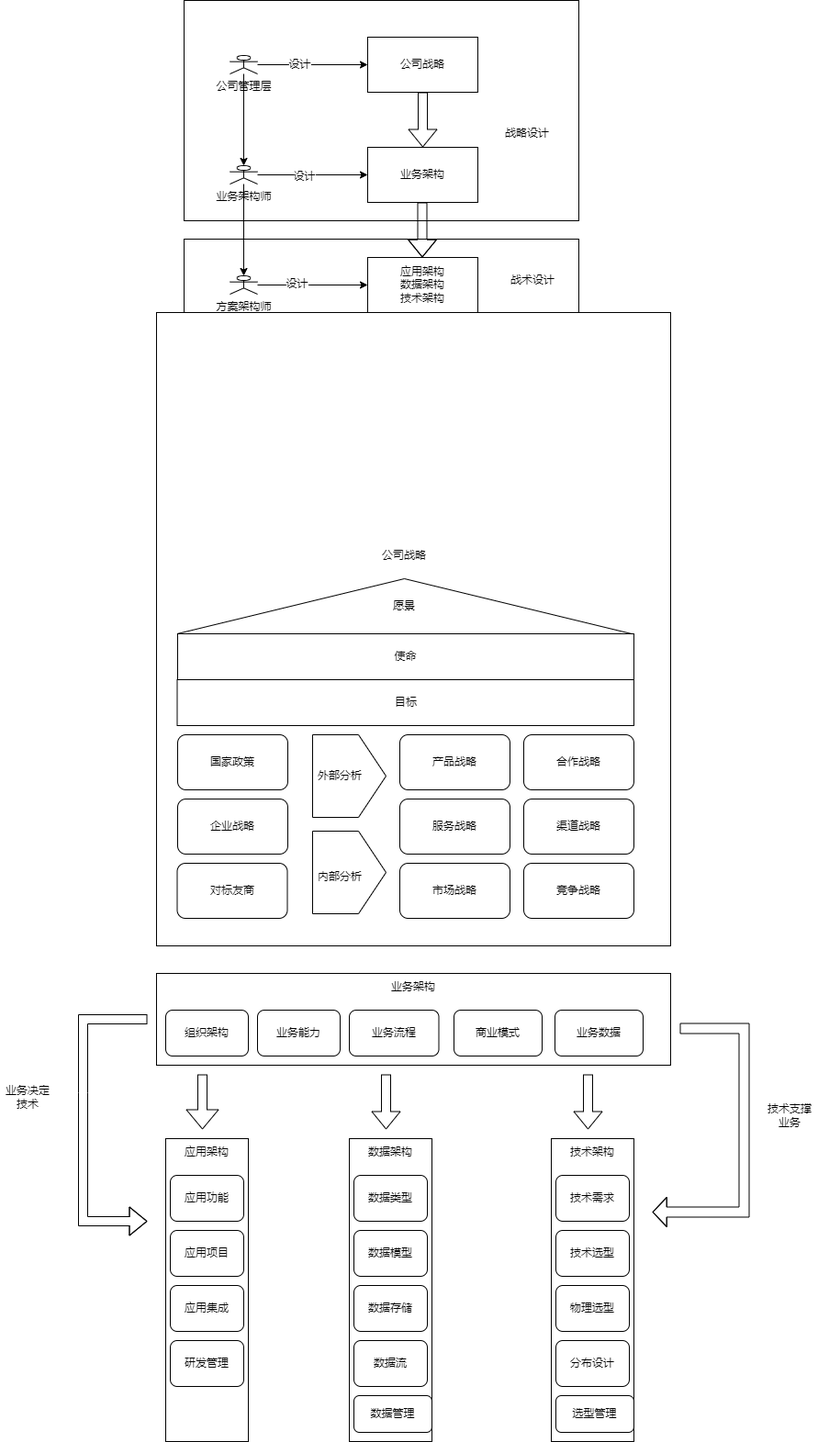
Above: doc/business_architect.png in suibianlx/business_architect (draw.io), before the change. Source tidied: cells renumbered, new cells last; positions are measured from the earlier drawing's top-left corner, leaving out a move shared by most shapes.
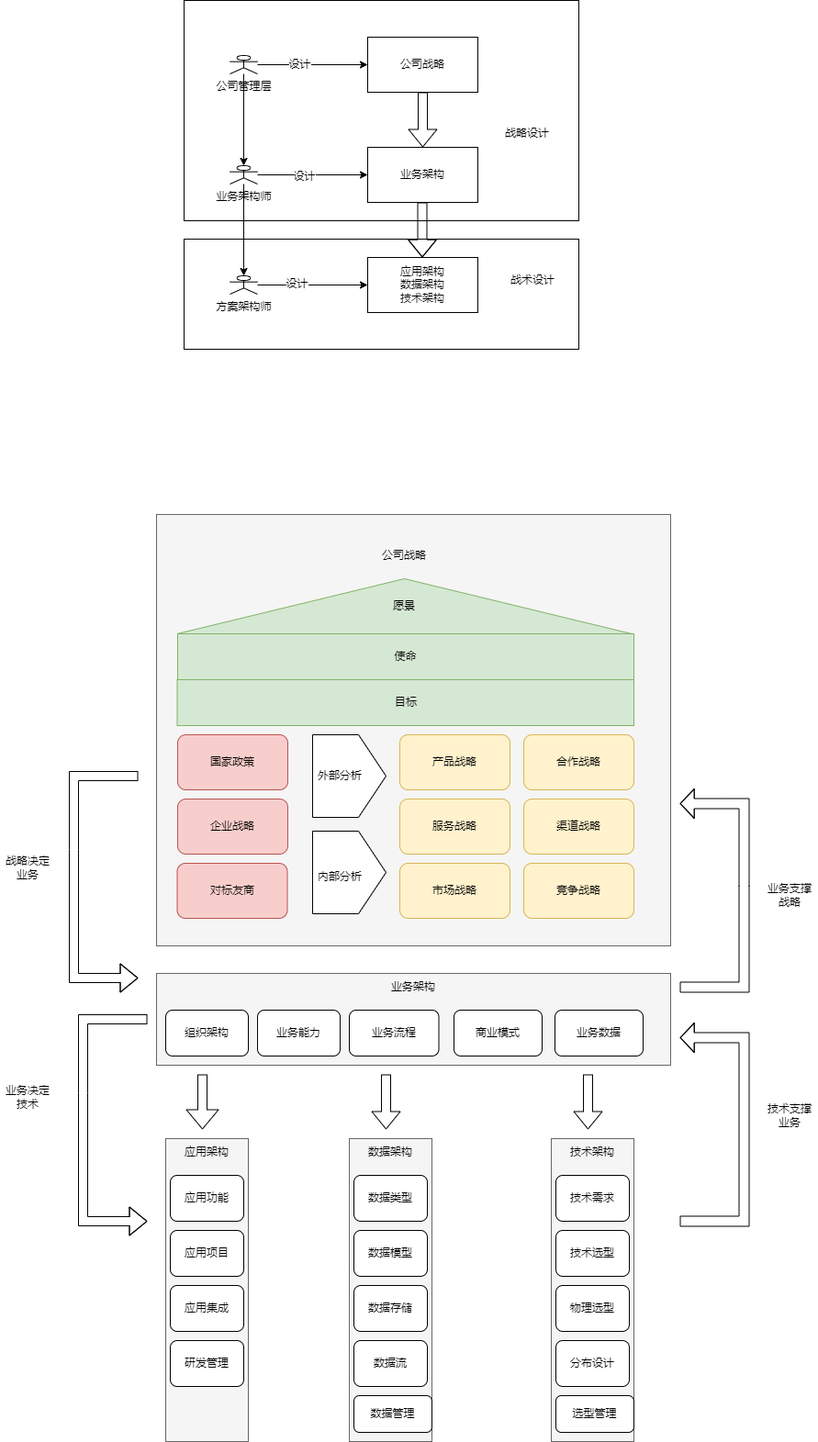
The same file after the commit.

Change to the diagram source:
```diff
@@ -68,10 +68,10 @@
     <mxCell id="21" value="战术设计" style="text;html=1;strokeColor=none;fillColor=none;align=center;verticalAlign=middle;whiteSpace=wrap;rounded=0;" parent="1" vertex="1">
       <mxGeometry x="550" y="290" width="60" height="30" as="geometry" />
     </mxCell>
-    <mxCell id="22" style="rounded=0;whiteSpace=wrap;html=1;" parent="1" vertex="1">
-      <mxGeometry x="170" y="340" width="560" height="690" as="geometry" />
+    <mxCell id="22" style="rounded=0;whiteSpace=wrap;html=1;fillColor=#f5f5f5;fontColor=#333333;strokeColor=#666666;" parent="1" vertex="1">
+      <mxGeometry x="170" y="560" width="560" height="470" as="geometry" />
     </mxCell>
-    <mxCell id="23" style="triangle;whiteSpace=wrap;html=1;direction=south;rotation=-180;" parent="1" vertex="1">
+    <mxCell id="23" style="triangle;whiteSpace=wrap;html=1;direction=south;rotation=-180;fillColor=#d5e8d4;strokeColor=#82b366;" parent="1" vertex="1">
       <mxGeometry x="192.5" y="630" width="495" height="60" as="geometry" />
     </mxCell>
     <mxCell id="24" value="公司战略" style="text;html=1;strokeColor=none;fillColor=none;align=center;verticalAlign=middle;whiteSpace=wrap;rounded=0;" parent="1" vertex="1">
@@ -80,19 +80,19 @@
     <mxCell id="25" value="愿景" style="text;html=1;strokeColor=none;fillColor=none;align=center;verticalAlign=middle;whiteSpace=wrap;rounded=0;" parent="1" vertex="1">
       <mxGeometry x="410" y="645" width="60" height="30" as="geometry" />
     </mxCell>
-    <mxCell id="26" value="使命" style="rounded=0;whiteSpace=wrap;html=1;" parent="1" vertex="1">
+    <mxCell id="26" value="使命" style="rounded=0;whiteSpace=wrap;html=1;fillColor=#d5e8d4;strokeColor=#82b366;" parent="1" vertex="1">
       <mxGeometry x="193" y="690" width="497" height="50" as="geometry" />
     </mxCell>
-    <mxCell id="27" value="目标" style="rounded=0;whiteSpace=wrap;html=1;" parent="1" vertex="1">
+    <mxCell id="27" value="目标" style="rounded=0;whiteSpace=wrap;html=1;fillColor=#d5e8d4;strokeColor=#82b366;" parent="1" vertex="1">
       <mxGeometry x="192.5" y="740" width="497.5" height="50" as="geometry" />
     </mxCell>
-    <mxCell id="28" value="国家政策" style="rounded=1;whiteSpace=wrap;html=1;" parent="1" vertex="1">
+    <mxCell id="28" value="国家政策" style="rounded=1;whiteSpace=wrap;html=1;fillColor=#f8cecc;strokeColor=#b85450;" parent="1" vertex="1">
       <mxGeometry x="193" y="800" width="120" height="60" as="geometry" />
     </mxCell>
-    <mxCell id="29" value="企业战略" style="rounded=1;whiteSpace=wrap;html=1;" parent="1" vertex="1">
+    <mxCell id="29" value="企业战略" style="rounded=1;whiteSpace=wrap;html=1;fillColor=#f8cecc;strokeColor=#b85450;" parent="1" vertex="1">
       <mxGeometry x="193" y="870" width="120" height="60" as="geometry" />
     </mxCell>
-    <mxCell id="30" value="对标友商" style="rounded=1;whiteSpace=wrap;html=1;" parent="1" vertex="1">
+    <mxCell id="30" value="对标友商" style="rounded=1;whiteSpace=wrap;html=1;fillColor=#f8cecc;strokeColor=#b85450;" parent="1" vertex="1">
       <mxGeometry x="192.5" y="940" width="120" height="60" as="geometry" />
     </mxCell>
     <mxCell id="31" style="shape=offPageConnector;whiteSpace=wrap;html=1;rotation=-90;" parent="1" vertex="1">
@@ -107,25 +107,25 @@
     <mxCell id="34" value="内部分析" style="text;html=1;strokeColor=none;fillColor=none;align=center;verticalAlign=middle;whiteSpace=wrap;rounded=0;" parent="1" vertex="1">
       <mxGeometry x="340" y="940" width="60" height="30" as="geometry" />
     </mxCell>
-    <mxCell id="35" value="产品战略" style="rounded=1;whiteSpace=wrap;html=1;" parent="1" vertex="1">
+    <mxCell id="35" value="产品战略" style="rounded=1;whiteSpace=wrap;html=1;fillColor=#fff2cc;strokeColor=#d6b656;" parent="1" vertex="1">
       <mxGeometry x="435" y="800" width="120" height="60" as="geometry" />
     </mxCell>
-    <mxCell id="36" value="服务战略" style="rounded=1;whiteSpace=wrap;html=1;" parent="1" vertex="1">
+    <mxCell id="36" value="服务战略" style="rounded=1;whiteSpace=wrap;html=1;fillColor=#fff2cc;strokeColor=#d6b656;" parent="1" vertex="1">
       <mxGeometry x="435" y="870" width="120" height="60" as="geometry" />
     </mxCell>
-    <mxCell id="37" value="市场战略" style="rounded=1;whiteSpace=wrap;html=1;" parent="1" vertex="1">
+    <mxCell id="37" value="市场战略" style="rounded=1;whiteSpace=wrap;html=1;fillColor=#fff2cc;strokeColor=#d6b656;" parent="1" vertex="1">
       <mxGeometry x="435" y="940" width="120" height="60" as="geometry" />
     </mxCell>
-    <mxCell id="38" value="合作战略" style="rounded=1;whiteSpace=wrap;html=1;" parent="1" vertex="1">
+    <mxCell id="38" value="合作战略" style="rounded=1;whiteSpace=wrap;html=1;fillColor=#fff2cc;strokeColor=#d6b656;" parent="1" vertex="1">
       <mxGeometry x="570" y="800" width="120" height="60" as="geometry" />
     </mxCell>
-    <mxCell id="39" value="渠道战略" style="rounded=1;whiteSpace=wrap;html=1;" parent="1" vertex="1">
+    <mxCell id="39" value="渠道战略" style="rounded=1;whiteSpace=wrap;html=1;fillColor=#fff2cc;strokeColor=#d6b656;" parent="1" vertex="1">
       <mxGeometry x="570" y="870" width="120" height="60" as="geometry" />
     </mxCell>
-    <mxCell id="40" value="竞争战略" style="rounded=1;whiteSpace=wrap;html=1;" parent="1" vertex="1">
+    <mxCell id="40" value="竞争战略" style="rounded=1;whiteSpace=wrap;html=1;fillColor=#fff2cc;strokeColor=#d6b656;" parent="1" vertex="1">
       <mxGeometry x="570" y="940" width="120" height="60" as="geometry" />
     </mxCell>
-    <mxCell id="41" style="rounded=0;whiteSpace=wrap;html=1;" parent="1" vertex="1">
+    <mxCell id="41" style="rounded=0;whiteSpace=wrap;html=1;fillColor=#f5f5f5;fontColor=#333333;strokeColor=#666666;" parent="1" vertex="1">
       <mxGeometry x="170" y="1060" width="560" height="100" as="geometry" />
     </mxCell>
     <mxCell id="42" value="组织架构" style="rounded=1;whiteSpace=wrap;html=1;" parent="1" vertex="1">
@@ -149,7 +149,7 @@
     <mxCell id="48" style="group;" parent="1" vertex="1">
       <mxGeometry x="180" y="1240" width="90" height="330" as="geometry" />
     </mxCell>
-    <mxCell id="49" style="rounded=0;whiteSpace=wrap;html=1;" parent="48" vertex="1">
+    <mxCell id="49" style="rounded=0;whiteSpace=wrap;html=1;fillColor=#f5f5f5;fontColor=#333333;strokeColor=#666666;" parent="48" vertex="1">
       <mxGeometry width="90" height="330" as="geometry" />
     </mxCell>
     <mxCell id="50" value="应用功能" style="rounded=1;whiteSpace=wrap;html=1;" parent="48" vertex="1">
@@ -170,7 +170,7 @@
     <mxCell id="55" style="group;" parent="1" vertex="1">
       <mxGeometry x="380" y="1240" width="125" height="330" as="geometry" />
     </mxCell>
-    <mxCell id="56" style="rounded=0;whiteSpace=wrap;html=1;" parent="55" vertex="1">
+    <mxCell id="56" style="rounded=0;whiteSpace=wrap;html=1;fillColor=#f5f5f5;fontColor=#333333;strokeColor=#666666;" parent="55" vertex="1">
       <mxGeometry width="90" height="330" as="geometry" />
     </mxCell>
     <mxCell id="57" value="数据类型" style="rounded=1;whiteSpace=wrap;html=1;" parent="55" vertex="1">
@@ -206,7 +206,7 @@
     <mxCell id="65" style="group;" parent="1" vertex="1">
       <mxGeometry x="600" y="1240" width="125" height="330" as="geometry" />
     </mxCell>
-    <mxCell id="66" style="rounded=0;whiteSpace=wrap;html=1;" parent="65" vertex="1">
+    <mxCell id="66" style="rounded=0;whiteSpace=wrap;html=1;fillColor=#f5f5f5;fontColor=#333333;strokeColor=#666666;" parent="65" vertex="1">
       <mxGeometry width="90" height="330" as="geometry" />
     </mxCell>
     <mxCell id="67" value="技术需求" style="rounded=1;whiteSpace=wrap;html=1;" parent="65" vertex="1">
@@ -249,16 +249,44 @@
     </mxCell>
     <mxCell id="76" style="shape=flexArrow;endArrow=classic;html=1;rounded=0;width=11;endSize=4.74;" parent="1" edge="1">
       <mxGeometry relative="1" as="geometry">
-        <mxPoint x="740" y="1120" as="sourcePoint" />
-        <mxPoint x="710" y="1320" as="targetPoint" />
+        <mxPoint x="740" y="1330" as="sourcePoint" />
+        <mxPoint x="740" y="1130" as="targetPoint" />
         <Array as="points">
-          <mxPoint x="810" y="1120" />
-          <mxPoint x="810" y="1320" />
+          <mxPoint x="810" y="1330" />
+          <mxPoint x="810" y="1130" />
         </Array>
       </mxGeometry>
     </mxCell>
     <mxCell id="77" value="技术支撑业务" style="text;html=1;strokeColor=none;fillColor=none;align=center;verticalAlign=middle;whiteSpace=wrap;rounded=0;" parent="1" vertex="1">
       <mxGeometry x="830" y="1200" width="60" height="30" as="geometry" />
     </mxCell>
+    <mxCell id="78" style="shape=flexArrow;endArrow=classic;html=1;rounded=0;" parent="1" edge="1">
+      <mxGeometry relative="1" as="geometry">
+        <mxPoint x="150" y="845" as="sourcePoint" />
+        <mxPoint x="150" y="1065" as="targetPoint" />
+        <Array as="points">
+          <mxPoint x="80" y="845" />
+          <mxPoint x="80" y="925" />
+          <mxPoint x="80" y="1065" />
+        </Array>
+      </mxGeometry>
+    </mxCell>
+    <mxCell id="79" value="战略决定业务" style="text;html=1;strokeColor=none;fillColor=none;align=center;verticalAlign=middle;whiteSpace=wrap;rounded=0;" parent="1" vertex="1">
+      <mxGeometry y="930" width="60" height="30" as="geometry" />
+    </mxCell>
+    <mxCell id="80" value="业务支撑战略" style="text;html=1;strokeColor=none;fillColor=none;align=center;verticalAlign=middle;whiteSpace=wrap;rounded=0;" parent="1" vertex="1">
+      <mxGeometry x="830" y="960" width="60" height="30" as="geometry" />
+    </mxCell>
+    <mxCell id="81" style="shape=flexArrow;endArrow=classic;html=1;rounded=0;width=11;endSize=4.74;" parent="1" edge="1">
+      <mxGeometry relative="1" as="geometry">
+        <mxPoint x="740" y="1075" as="sourcePoint" />
+        <mxPoint x="740" y="875" as="targetPoint" />
+        <Array as="points">
+          <mxPoint x="810" y="1075" />
+          <mxPoint x="810" y="965" />
+          <mxPoint x="810" y="875" />
+        </Array>
+      </mxGeometry>
+    </mxCell>
   </root>
 </mxGraphModel>
```
